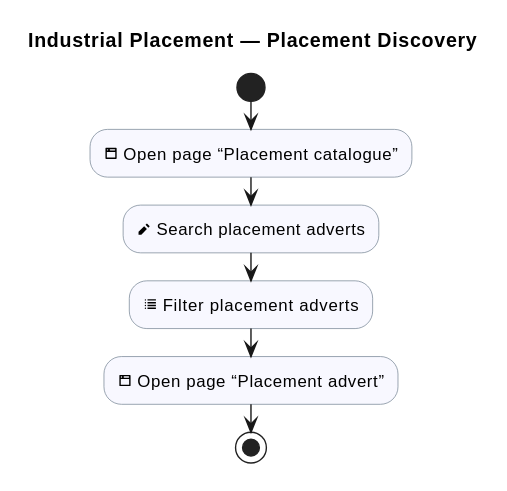
sdflkjssl/sdflkjssl.github.io keeps this PlantUML diagram as industrial-placement-group-project/diagrams/industrial-placement/placement-discovery.svg. Above is the earlier version. Its diagram source:
```plantuml
@startuml
!pragma layout smetana
title Industrial Placement — Placement Discovery
skinparam shadowing false
skinparam activityBackgroundColor GhostWhite
skinparam activityBorderColor SlateGray
skinparam activityDiamondBackgroundColor LemonChiffon
skinparam activityDiamondBorderColor DarkGoldenRod

|Student|

start
:<&browser> Open page “Placement catalogue”; <<#GhostWhite>>
:<&pencil> Search placement adverts; <<#GhostWhite>>
:<&list> Filter placement adverts; <<#GhostWhite>>
:<&browser> Open page “Placement advert”; <<#GhostWhite>>
stop
@enduml
```
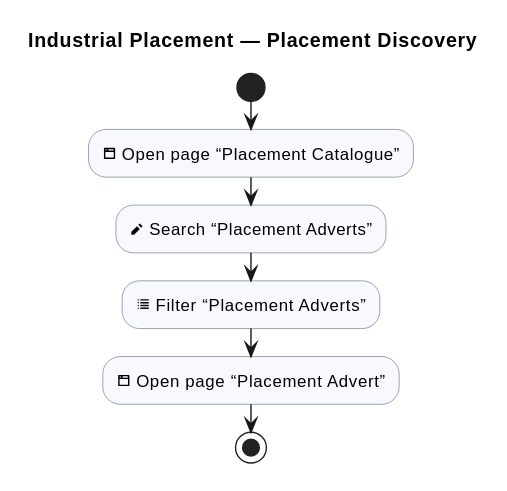
Above is the later version.

Diff of the diagram source:
```diff
@@ -10,9 +10,9 @@
 |Student|
 
 start
-:<&browser> Open page “Placement catalogue”; <<#GhostWhite>>
-:<&pencil> Search placement adverts; <<#GhostWhite>>
-:<&list> Filter placement adverts; <<#GhostWhite>>
-:<&browser> Open page “Placement advert”; <<#GhostWhite>>
+:<&browser> Open page “Placement Catalogue”; <<#GhostWhite>>
+:<&pencil> Search “Placement Adverts”; <<#GhostWhite>>
+:<&list> Filter “Placement Adverts”; <<#GhostWhite>>
+:<&browser> Open page “Placement Advert”; <<#GhostWhite>>
 stop
 @enduml
```
